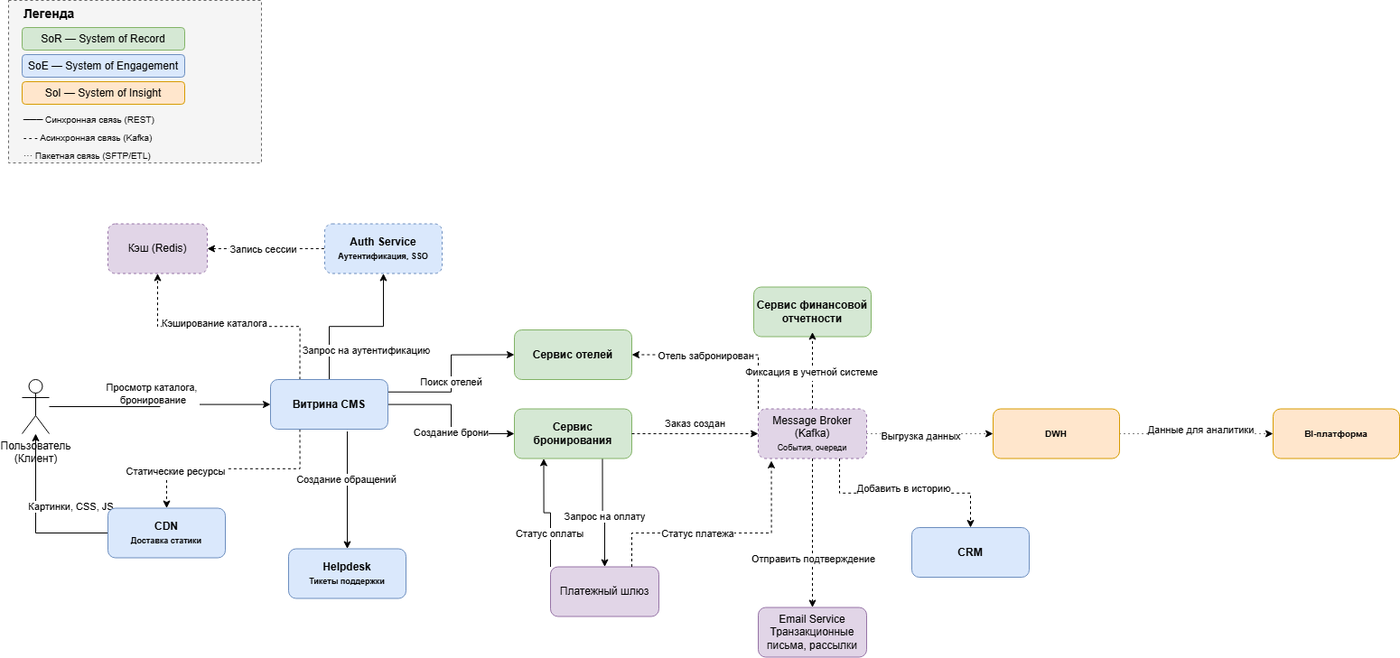
Before: ostrovok_architecture.drawio.png, a diagram exported from draw.io (AlinaRinatovna96/internship). Source tidied: cells renumbered, new cells last; positions are measured from the earlier drawing's top-left corner, leaving out a move shared by most shapes.
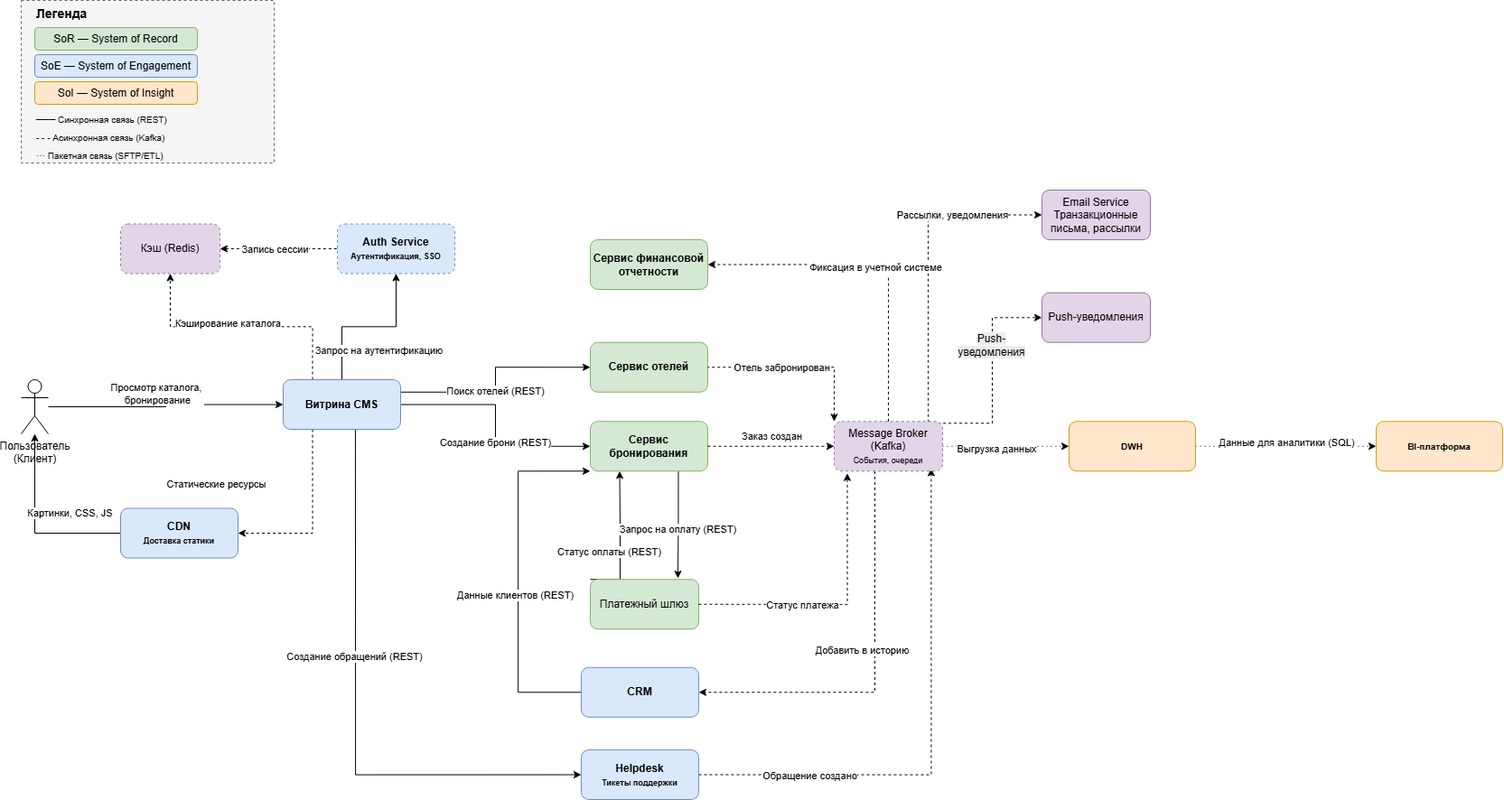
The same file after the commit.

Change to the diagram source:
```diff
@@ -10,7 +10,7 @@
         <mxPoint x="1" y="27" as="offset" />
       </mxGeometry>
     </mxCell>
-    <mxCell id="4" style="edgeStyle=orthogonalEdgeStyle;rounded=0;jettySize=auto;html=1;entryX=0.5;entryY=0;entryDx=0;entryDy=0;dashed=1;exitX=0.25;exitY=1;exitDx=0;exitDy=0;" parent="1" edge="1" source="14" target="29">
+    <mxCell id="4" style="edgeStyle=orthogonalEdgeStyle;rounded=0;jettySize=auto;html=1;entryX=1;entryY=0.5;entryDx=0;entryDy=0;dashed=1;exitX=0.25;exitY=1;exitDx=0;exitDy=0;" parent="1" edge="1" source="14" target="29">
       <mxGeometry relative="1" as="geometry" />
     </mxCell>
     <mxCell id="5" value="Статические ресурсы" style="edgeLabel;html=1;align=center;verticalAlign=middle;" parent="4" vertex="1">
@@ -18,12 +18,14 @@
         <mxPoint x="-110" as="offset" />
       </mxGeometry>
     </mxCell>
-    <mxCell id="6" style="edgeStyle=orthogonalEdgeStyle;rounded=0;jettySize=auto;html=1;entryX=0.5;entryY=0;entryDx=0;entryDy=0;" parent="1" edge="1" target="30">
+    <mxCell id="6" style="edgeStyle=orthogonalEdgeStyle;rounded=0;jettySize=auto;html=1;entryX=0;entryY=0.5;entryDx=0;entryDy=0;exitX=0.615;exitY=0.909;exitDx=0;exitDy=0;exitPerimeter=0;" parent="1" edge="1" source="14" target="30">
       <mxGeometry relative="1" as="geometry">
-        <mxPoint x="375" y="477.5" as="sourcePoint" />
+        <Array as="points">
+          <mxPoint x="370" y="857" />
+        </Array>
       </mxGeometry>
     </mxCell>
-    <mxCell id="7" value="Создание обращений" style="edgeLabel;html=1;align=center;verticalAlign=middle;" parent="6" vertex="1">
+    <mxCell id="7" value="Создание обращений (REST)" style="edgeLabel;html=1;align=center;verticalAlign=middle;" parent="6" vertex="1">
       <mxGeometry x="-0.2" y="-2" relative="1" as="geometry" />
     </mxCell>
     <mxCell id="8" style="edgeStyle=orthogonalEdgeStyle;rounded=0;jettySize=auto;html=1;exitX=0.25;exitY=0;exitDx=0;exitDy=0;entryX=0.5;entryY=1;entryDx=0;entryDy=0;dashed=1;" parent="1" edge="1" source="14" target="26">
@@ -37,46 +39,53 @@
     <mxCell id="10" style="edgeStyle=orthogonalEdgeStyle;rounded=0;jettySize=auto;html=1;entryX=0;entryY=0.5;entryDx=0;entryDy=0;exitX=1;exitY=0.25;exitDx=0;exitDy=0;" parent="1" edge="1" source="14" target="16">
       <mxGeometry relative="1" as="geometry" />
     </mxCell>
-    <mxCell id="11" value="Поиск отелей" style="edgeLabel;html=1;align=center;verticalAlign=middle;" parent="10" vertex="1">
+    <mxCell id="11" value="Поиск отелей (REST)" style="edgeLabel;html=1;align=center;verticalAlign=middle;" parent="10" vertex="1">
       <mxGeometry x="-0.09" y="1" relative="1" as="geometry" />
     </mxCell>
     <mxCell id="12" style="edgeStyle=orthogonalEdgeStyle;rounded=0;jettySize=auto;html=1;entryX=0;entryY=0.5;entryDx=0;entryDy=0;" parent="1" edge="1" source="14" target="43">
       <mxGeometry relative="1" as="geometry" />
     </mxCell>
-    <mxCell id="13" value="Создание брони" style="edgeLabel;html=1;align=center;verticalAlign=middle;" parent="12" vertex="1">
+    <mxCell id="13" value="Создание брони (REST)" style="edgeLabel;html=1;align=center;verticalAlign=middle;" parent="12" vertex="1">
       <mxGeometry x="0.15" y="-1" relative="1" as="geometry" />
     </mxCell>
     <mxCell id="14" value="Витрина CMS" style="rounded=1;whiteSpace=wrap;html=1;fillColor=#dae8fc;strokeColor=#6c8ebf;fontStyle=1;" parent="1" vertex="1">
       <mxGeometry x="290" y="420" width="130" height="55" as="geometry" />
     </mxCell>
     <mxCell id="15" value="&lt;div&gt;&lt;font size=&quot;1&quot;&gt;BI-платформа&lt;/font&gt;&lt;/div&gt;" style="rounded=1;whiteSpace=wrap;html=1;fillColor=#ffe6cc;strokeColor=#d79b00;fontStyle=1;" parent="1" vertex="1">
-      <mxGeometry x="1400" y="452.5" width="140" height="55" as="geometry" />
+      <mxGeometry x="1500" y="466.2" width="140" height="55" as="geometry" />
     </mxCell>
     <mxCell id="16" value="Сервис отелей" style="rounded=1;whiteSpace=wrap;html=1;fillColor=#d5e8d4;strokeColor=#82b366;fontStyle=1;" parent="1" vertex="1">
-      <mxGeometry x="560" y="365" width="130" height="55" as="geometry" />
+      <mxGeometry x="630" y="378.8" width="130" height="55" as="geometry" />
     </mxCell>
     <mxCell id="17" style="edgeStyle=orthogonalEdgeStyle;rounded=0;jettySize=auto;html=1;exitX=0;exitY=0;exitDx=0;exitDy=0;entryX=0.25;entryY=1;entryDx=0;entryDy=0;" parent="1" edge="1" source="19" target="43">
-      <mxGeometry relative="1" as="geometry" />
+      <mxGeometry relative="1" as="geometry">
+        <Array as="points">
+          <mxPoint x="663" y="641.8" />
+          <mxPoint x="663" y="581.8" />
+        </Array>
+      </mxGeometry>
     </mxCell>
-    <mxCell id="18" value="Статус оплаты" style="edgeLabel;html=1;align=center;verticalAlign=middle;" parent="17" vertex="1">
-      <mxGeometry x="-0.39" y="2" relative="1" as="geometry" />
+    <mxCell id="18" value="Статус оплаты (REST)" style="edgeLabel;html=1;align=center;verticalAlign=middle;" parent="17" vertex="1">
+      <mxGeometry x="-0.39" y="2" relative="1" as="geometry">
+        <mxPoint x="-11" y="-18" as="offset" />
+      </mxGeometry>
     </mxCell>
-    <mxCell id="19" value="Платежный шлюз" style="rounded=1;whiteSpace=wrap;html=1;fillColor=#e1d5e7;strokeColor=#9673a6;" parent="1" vertex="1">
-      <mxGeometry x="600" y="627.5" width="120" height="55" as="geometry" />
+    <mxCell id="19" value="Платежный шлюз" style="rounded=1;whiteSpace=wrap;html=1;fillColor=#d5e8d4;strokeColor=#82b366;" parent="1" vertex="1">
+      <mxGeometry x="630" y="641.2" width="120" height="55" as="geometry" />
     </mxCell>
     <mxCell id="20" value="Email Service&lt;div&gt;Транзакционные письма, рассылки&lt;/div&gt;" style="rounded=1;whiteSpace=wrap;html=1;fillColor=#e1d5e7;strokeColor=#9673a6;" parent="1" vertex="1">
-      <mxGeometry x="830" y="672.5" width="120" height="55" as="geometry" />
+      <mxGeometry x="1130" y="210" width="120" height="55" as="geometry" />
     </mxCell>
     <mxCell id="21" style="edgeStyle=orthogonalEdgeStyle;rounded=0;jettySize=auto;html=1;dashed=1;dashPattern=1 4;" parent="1" edge="1" source="23" target="15">
       <mxGeometry relative="1" as="geometry" />
     </mxCell>
-    <mxCell id="22" value="Данные для аналитики" style="edgeLabel;html=1;align=center;verticalAlign=middle;" parent="21" vertex="1">
+    <mxCell id="22" value="Данные для аналитики (SQL)" style="edgeLabel;html=1;align=center;verticalAlign=middle;" parent="21" vertex="1">
       <mxGeometry x="-0.33" y="-1" relative="1" as="geometry">
         <mxPoint x="33" y="-6" as="offset" />
       </mxGeometry>
     </mxCell>
     <mxCell id="23" value="&lt;div&gt;&lt;font size=&quot;1&quot;&gt;DWH&lt;/font&gt;&lt;/div&gt;" style="rounded=1;whiteSpace=wrap;html=1;fillColor=#ffe6cc;strokeColor=#d79b00;fontStyle=1;" parent="1" vertex="1">
-      <mxGeometry x="1090" y="452.5" width="140" height="55" as="geometry" />
+      <mxGeometry x="1160" y="466.2" width="140" height="55" as="geometry" />
     </mxCell>
     <mxCell id="24" style="edgeStyle=orthogonalEdgeStyle;rounded=0;jettySize=auto;html=1;dashed=1;startArrow=classic;startFill=1;endArrow=none;endFill=0;" parent="1" edge="1" source="26" target="31">
       <mxGeometry relative="1" as="geometry" />
@@ -100,14 +109,33 @@
     <mxCell id="29" value="CDN&lt;br&gt;&lt;font style=&quot;font-size:9px&quot;&gt;Доставка статики&lt;/font&gt;" style="rounded=1;whiteSpace=wrap;html=1;fillColor=#dae8fc;strokeColor=#6c8ebf;fontStyle=1;" parent="1" vertex="1">
       <mxGeometry x="110" y="562.5" width="130" height="55" as="geometry" />
     </mxCell>
+    <mxCell id="65" style="edgeStyle=orthogonalEdgeStyle;rounded=0;jettySize=auto;html=1;exitX=1;exitY=0.5;exitDx=0;exitDy=0;entryX=0.895;entryY=0.947;entryDx=0;entryDy=0;entryPerimeter=0;dashed=1;" parent="1" edge="1" source="30" target="51">
+      <mxGeometry relative="1" as="geometry" />
+    </mxCell>
+    <mxCell id="66" value="Обращение создано" style="edgeLabel;html=1;align=center;verticalAlign=middle;" parent="65" vertex="1">
+      <mxGeometry x="-0.65" y="-3" relative="1" as="geometry">
+        <mxPoint x="17" y="-3" as="offset" />
+      </mxGeometry>
+    </mxCell>
     <mxCell id="30" value="Helpdesk&lt;br&gt;&lt;font style=&quot;font-size:9px&quot;&gt;Тикеты поддержки&lt;/font&gt;" style="rounded=1;whiteSpace=wrap;html=1;fillColor=#dae8fc;strokeColor=#6c8ebf;fontStyle=1;" parent="1" vertex="1">
-      <mxGeometry x="310" y="607.5" width="130" height="55" as="geometry" />
+      <mxGeometry x="620" y="830" width="130" height="55" as="geometry" />
     </mxCell>
     <mxCell id="31" value="Auth Service&lt;br&gt;&lt;font style=&quot;font-size:9px&quot;&gt;Аутентификация, SSO&lt;/font&gt;" style="rounded=1;whiteSpace=wrap;html=1;fillColor=#dae8fc;strokeColor=#6c8ebf;fontStyle=1;dashed=1;" parent="1" vertex="1">
       <mxGeometry x="350" y="247.5" width="130" height="55" as="geometry" />
     </mxCell>
+    <mxCell id="67" style="edgeStyle=orthogonalEdgeStyle;rounded=0;jettySize=auto;html=1;entryX=0;entryY=1;entryDx=0;entryDy=0;exitX=0;exitY=0.5;exitDx=0;exitDy=0;" parent="1" edge="1" source="32" target="43">
+      <mxGeometry relative="1" as="geometry">
+        <Array as="points">
+          <mxPoint x="550" y="766" />
+          <mxPoint x="550" y="521" />
+        </Array>
+      </mxGeometry>
+    </mxCell>
+    <mxCell id="68" value="Данные клиентов&amp;nbsp;(REST)" style="edgeLabel;html=1;align=center;verticalAlign=middle;" parent="67" vertex="1">
+      <mxGeometry x="-0.09" y="4" relative="1" as="geometry" />
+    </mxCell>
     <mxCell id="32" value="CRM" style="rounded=1;whiteSpace=wrap;html=1;fillColor=#dae8fc;strokeColor=#6c8ebf;fontStyle=1;" parent="1" vertex="1">
-      <mxGeometry x="1000" y="584" width="130" height="55" as="geometry" />
+      <mxGeometry x="620" y="738.8" width="130" height="55" as="geometry" />
     </mxCell>
     <mxCell id="33" style="edgeStyle=orthogonalEdgeStyle;rounded=0;orthogonalLoop=1;jettySize=auto;html=1;exitX=0.5;exitY=1;exitDx=0;exitDy=0;" parent="1" edge="1" source="26" target="26">
       <mxGeometry relative="1" as="geometry" />
@@ -121,14 +149,14 @@
       </mxGeometry>
     </mxCell>
     <mxCell id="36" value="Пользователь&lt;br&gt;(Клиент)" style="shape=umlActor;verticalLabelPosition=bottom;verticalAlign=top;html=1;outlineConnect=0;" parent="1" vertex="1">
-      <mxGeometry x="15" y="420" width="30" height="60" as="geometry" />
+      <mxGeometry y="420" width="30" height="60" as="geometry" />
     </mxCell>
-    <mxCell id="37" style="edgeStyle=orthogonalEdgeStyle;rounded=0;jettySize=auto;html=1;entryX=0.5;entryY=0;entryDx=0;entryDy=0;dashed=1;" parent="1" edge="1" source="51" target="20">
+    <mxCell id="37" style="edgeStyle=orthogonalEdgeStyle;rounded=0;jettySize=auto;html=1;entryX=0;entryY=0.5;entryDx=0;entryDy=0;dashed=1;exitX=0.868;exitY=0.018;exitDx=0;exitDy=0;exitPerimeter=0;" parent="1" edge="1" source="51" target="20">
       <mxGeometry relative="1" as="geometry" />
     </mxCell>
-    <mxCell id="38" value="Отправить подтверждение" style="edgeLabel;html=1;align=center;verticalAlign=middle;" parent="37" vertex="1">
+    <mxCell id="38" value="Рассылки, уведомления" style="edgeLabel;html=1;align=center;verticalAlign=middle;" parent="37" vertex="1">
       <mxGeometry x="-0.28" y="2" relative="1" as="geometry">
-        <mxPoint x="-2" y="50" as="offset" />
+        <mxPoint x="28" y="-101" as="offset" />
       </mxGeometry>
     </mxCell>
     <mxCell id="39" style="edgeStyle=orthogonalEdgeStyle;rounded=0;jettySize=auto;html=1;exitX=1;exitY=0.5;exitDx=0;exitDy=0;entryX=0;entryY=0.5;entryDx=0;entryDy=0;dashed=1;dashPattern=1 4;" parent="1" edge="1" source="51" target="23">
@@ -139,17 +167,19 @@
         <mxPoint x="-1" y="1" as="offset" />
       </mxGeometry>
     </mxCell>
-    <mxCell id="41" style="edgeStyle=orthogonalEdgeStyle;rounded=0;jettySize=auto;html=1;exitX=0.75;exitY=1;exitDx=0;exitDy=0;" parent="1" edge="1" source="43" target="19">
-      <mxGeometry relative="1" as="geometry" />
+    <mxCell id="41" style="edgeStyle=orthogonalEdgeStyle;rounded=0;jettySize=auto;html=1;exitX=0.75;exitY=1;exitDx=0;exitDy=0;" parent="1" edge="1" source="43">
+      <mxGeometry relative="1" as="geometry">
+        <mxPoint x="727" y="640" as="targetPoint" />
+      </mxGeometry>
     </mxCell>
-    <mxCell id="42" value="Запрос на оплату" style="edgeLabel;html=1;align=center;verticalAlign=middle;" parent="41" vertex="1">
+    <mxCell id="42" value="Запрос на оплату (REST)" style="edgeLabel;html=1;align=center;verticalAlign=middle;" parent="41" vertex="1">
       <mxGeometry x="0.08" y="-1" relative="1" as="geometry" />
     </mxCell>
     <mxCell id="43" value="Сервис бронирования" style="rounded=1;whiteSpace=wrap;html=1;fillColor=#d5e8d4;strokeColor=#82b366;fontStyle=1;" parent="1" vertex="1">
-      <mxGeometry x="560" y="452.5" width="130" height="55" as="geometry" />
+      <mxGeometry x="630" y="466.2" width="130" height="55" as="geometry" />
     </mxCell>
     <mxCell id="44" value="Сервис финансовой отчетности" style="rounded=1;whiteSpace=wrap;html=1;fillColor=#d5e8d4;strokeColor=#82b366;fontStyle=1;" parent="1" vertex="1">
-      <mxGeometry x="825" y="317.5" width="130" height="55" as="geometry" />
+      <mxGeometry x="630" y="265" width="130" height="55" as="geometry" />
     </mxCell>
     <mxCell id="45" style="edgeStyle=orthogonalEdgeStyle;rounded=0;jettySize=auto;html=1;exitX=1;exitY=0.5;exitDx=0;exitDy=0;entryX=0;entryY=0.5;entryDx=0;entryDy=0;dashed=1;" parent="1" edge="1" source="43" target="51">
       <mxGeometry relative="1" as="geometry" />
@@ -159,15 +189,15 @@
         <mxPoint x="37" y="-15" as="offset" />
       </mxGeometry>
     </mxCell>
-    <mxCell id="47" style="edgeStyle=orthogonalEdgeStyle;rounded=0;jettySize=auto;html=1;exitX=0.75;exitY=1;exitDx=0;exitDy=0;entryX=0.5;entryY=0;entryDx=0;entryDy=0;dashed=1;" parent="1" edge="1" source="51" target="32">
+    <mxCell id="47" style="edgeStyle=orthogonalEdgeStyle;rounded=0;jettySize=auto;html=1;exitX=0.375;exitY=1.002;exitDx=0;exitDy=0;entryX=1;entryY=0.5;entryDx=0;entryDy=0;dashed=1;exitPerimeter=0;" parent="1" edge="1" source="51" target="32">
       <mxGeometry relative="1" as="geometry" />
     </mxCell>
     <mxCell id="48" value="Добавить в историю" style="edgeLabel;html=1;align=center;verticalAlign=middle;" parent="47" vertex="1">
       <mxGeometry x="-0.29" y="-1" relative="1" as="geometry">
-        <mxPoint x="30" y="-7" as="offset" />
+        <mxPoint x="-14" y="42" as="offset" />
       </mxGeometry>
     </mxCell>
-    <mxCell id="49" style="edgeStyle=orthogonalEdgeStyle;rounded=0;jettySize=auto;html=1;exitX=0;exitY=0;exitDx=0;exitDy=0;entryX=1;entryY=0.5;entryDx=0;entryDy=0;dashed=1;" parent="1" edge="1" source="51" target="16">
+    <mxCell id="49" style="edgeStyle=orthogonalEdgeStyle;rounded=0;jettySize=auto;html=1;exitX=0;exitY=0;exitDx=0;exitDy=0;entryX=1;entryY=0.5;entryDx=0;entryDy=0;dashed=1;startArrow=classic;startFill=1;endArrow=none;endFill=0;" parent="1" edge="1" source="51" target="16">
       <mxGeometry relative="1" as="geometry" />
     </mxCell>
     <mxCell id="50" value="Отель забронирован" style="edgeLabel;html=1;align=center;verticalAlign=middle;" parent="49" vertex="1">
@@ -175,23 +205,24 @@
         <mxPoint x="41" as="offset" />
       </mxGeometry>
     </mxCell>
+    <mxCell id="69" style="edgeStyle=orthogonalEdgeStyle;rounded=0;jettySize=auto;html=1;exitX=0.905;exitY=0.038;exitDx=0;exitDy=0;entryX=0;entryY=0.5;entryDx=0;entryDy=0;dashed=1;exitPerimeter=0;" parent="1" edge="1" source="51" target="71">
+      <mxGeometry relative="1" as="geometry" />
+    </mxCell>
+    <mxCell id="70" value="&lt;span style=&quot;font-size: 12px; white-space: normal; background-color: rgb(236, 236, 236);&quot;&gt;Push-уведомления&lt;/span&gt;" style="edgeLabel;html=1;align=center;verticalAlign=middle;" parent="69" vertex="1">
+      <mxGeometry x="0.28" y="2" relative="1" as="geometry" />
+    </mxCell>
     <mxCell id="51" value="Message Broker (Kafka)&lt;br&gt;&lt;font style=&quot;font-size:9px&quot;&gt;События, очереди&lt;/font&gt;" style="rounded=1;whiteSpace=wrap;html=1;fillColor=#e1d5e7;strokeColor=#9673a6;dashed=1;" parent="1" vertex="1">
-      <mxGeometry x="830" y="452.5" width="120" height="55" as="geometry" />
+      <mxGeometry x="900" y="466.2" width="120" height="55" as="geometry" />
     </mxCell>
-    <mxCell id="52" style="edgeStyle=orthogonalEdgeStyle;rounded=0;jettySize=auto;html=1;entryX=0.121;entryY=1.044;entryDx=0;entryDy=0;entryPerimeter=0;dashed=1;exitX=0.75;exitY=0;exitDx=0;exitDy=0;" parent="1" edge="1" source="19" target="51">
-      <mxGeometry relative="1" as="geometry">
-        <Array as="points">
-          <mxPoint x="690" y="590" />
-          <mxPoint x="845" y="590" />
-        </Array>
-      </mxGeometry>
+    <mxCell id="52" style="edgeStyle=orthogonalEdgeStyle;rounded=0;jettySize=auto;html=1;entryX=0.121;entryY=1.044;entryDx=0;entryDy=0;entryPerimeter=0;dashed=1;exitX=1;exitY=0.5;exitDx=0;exitDy=0;" parent="1" edge="1" source="19" target="51">
+      <mxGeometry relative="1" as="geometry" />
     </mxCell>
     <mxCell id="53" value="Статус платежа" style="edgeLabel;html=1;align=center;verticalAlign=middle;" parent="52" vertex="1">
       <mxGeometry x="-0.68" y="-1" relative="1" as="geometry">
         <mxPoint x="65" y="-1" as="offset" />
       </mxGeometry>
     </mxCell>
-    <mxCell id="54" style="edgeStyle=orthogonalEdgeStyle;rounded=0;jettySize=auto;html=1;exitX=0.5;exitY=0;exitDx=0;exitDy=0;entryX=0.5;entryY=0.909;entryDx=0;entryDy=0;entryPerimeter=0;dashed=1;" parent="1" edge="1" source="51" target="44">
+    <mxCell id="54" style="edgeStyle=orthogonalEdgeStyle;rounded=0;jettySize=auto;html=1;exitX=0.5;exitY=0;exitDx=0;exitDy=0;entryX=1;entryY=0.5;entryDx=0;entryDy=0;dashed=1;" parent="1" edge="1" source="51" target="44">
       <mxGeometry relative="1" as="geometry" />
     </mxCell>
     <mxCell id="55" value="Text" style="edgeLabel;html=1;align=center;verticalAlign=middle;" parent="54" vertex="1">
@@ -226,5 +257,8 @@
     <mxCell id="64" value="··· Пакетная связь (SFTP/ETL)" style="text;html=1;strokeColor=none;fillColor=none;align=left;verticalAlign=middle;whiteSpace=wrap;rounded=0;fontSize=10;" parent="1" vertex="1">
       <mxGeometry x="15" y="162" width="160" height="20" as="geometry" />
     </mxCell>
+    <mxCell id="71" value="Push-уведомления" style="rounded=1;whiteSpace=wrap;html=1;fillColor=#e1d5e7;strokeColor=#9673a6;" parent="1" vertex="1">
+      <mxGeometry x="1130" y="323.8" width="120" height="55" as="geometry" />
+    </mxCell>
   </root>
 </mxGraphModel>
```
